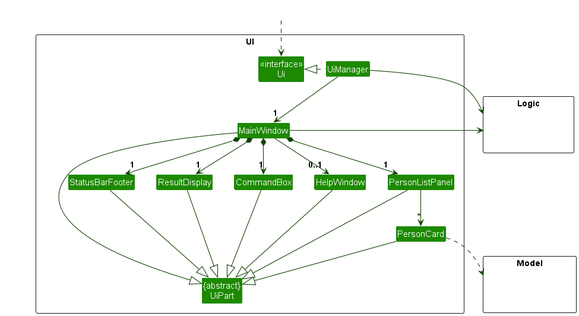
Above: docs/images/UiClassDiagram.png in nus-cs2103-AY2425S1/tp (PlantUML), before the change. Its source is kept beside it as docs/diagrams/UiClassDiagram.puml.
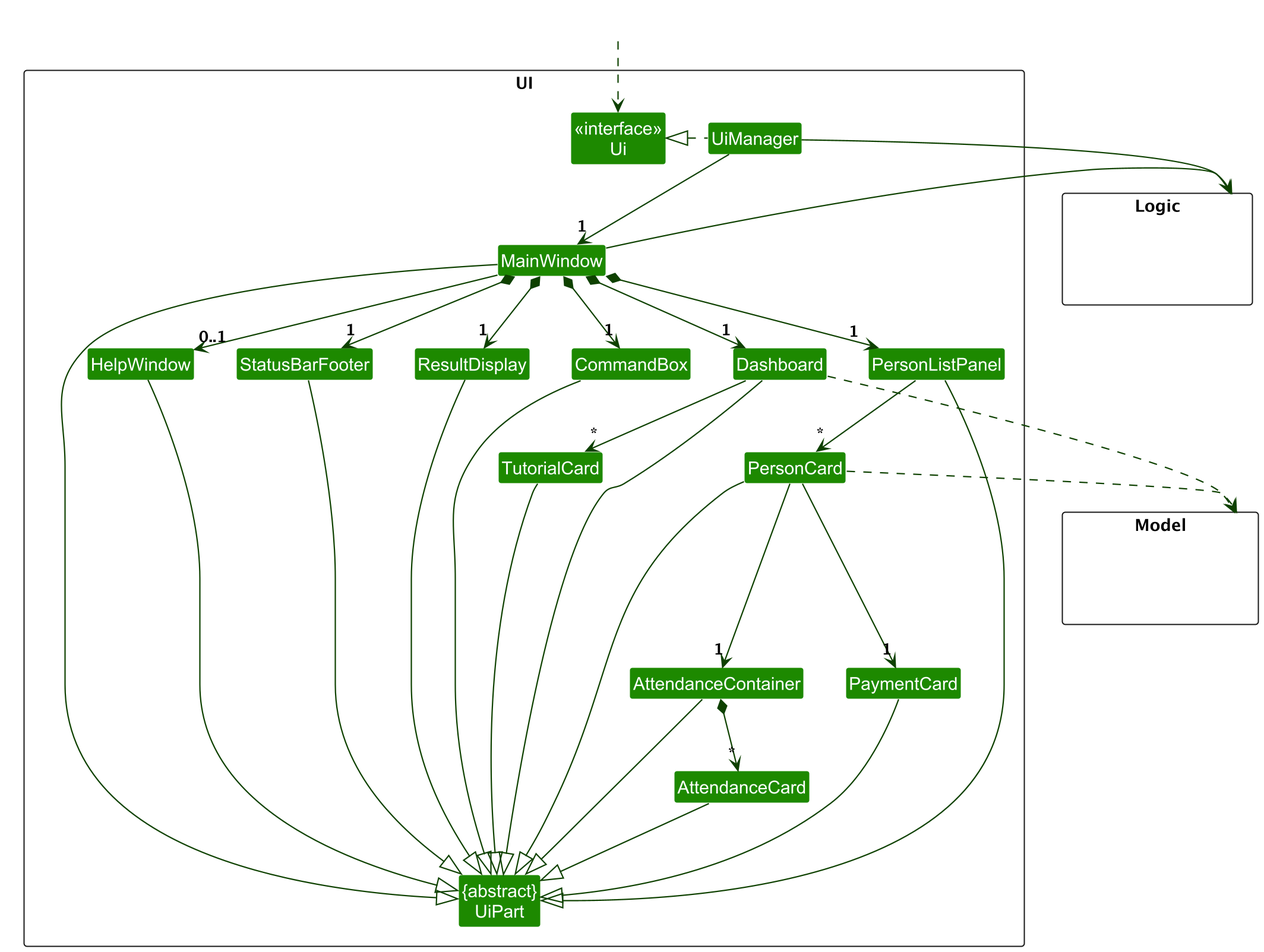
After the change.

Commit message:
Update uml diagram for UI

What changed in the source:
```diff
@@ -11,10 +11,13 @@
 Class MainWindow
 Class HelpWindow
 Class ResultDisplay
+Class Dashboard
+Class StatusBarFooter
+Class CommandBox
 Class PersonListPanel
 Class PersonCard
-Class StatusBarFooter
-Class CommandBox
+Class TutorialCard
+Class PaymentCard
 Class AttendanceContainer
 Class AttendanceCard
 }
@@ -32,34 +35,44 @@
 
 UiManager .left.|> Ui
 UiManager -down-> "1" MainWindow
+MainWindow -down-> "0..1" HelpWindow
+MainWindow *-down->  "1" Dashboard
 MainWindow *-down->  "1" CommandBox
 MainWindow *-down-> "1" ResultDisplay
 MainWindow *-down-> "1" PersonListPanel
 MainWindow *-down-> "1" StatusBarFooter
-MainWindow --> "0..1" HelpWindow
 
+Dashboard -down-> "*" TutorialCard
 PersonListPanel -down-> "*" PersonCard
-PersonCard -down-> "1" AttendanceContainer
-AttendanceContainer -down-> "0..1" AttendanceCard
+PersonCard --down-> "1" PaymentCard
+PersonCard --down-> "1" AttendanceContainer
+AttendanceContainer *-down-> "*" AttendanceCard
 MainWindow -left-|> UiPart
 
 ResultDisplay --|> UiPart
 CommandBox --|> UiPart
-PersonListPanel --|> UiPart
 PersonCard --|> UiPart
 StatusBarFooter --|> UiPart
 HelpWindow --|> UiPart
 AttendanceContainer --|> UiPart
 AttendanceCard --|> UiPart
+PaymentCard --|> UiPart
+Dashboard --|> UiPart
+TutorialCard --|> UiPart
+PersonListPanel --|> UiPart
 
+Dashboard ..> Model
 PersonCard ..> Model
 UiManager -right-> Logic
-MainWindow -left-> Logic
+MainWindow -right-> Logic
 
-PersonListPanel -[hidden]left- HelpWindow
-HelpWindow -[hidden]left- CommandBox
+TutorialCard -[hidden]left- PersonCard
+PaymentCard -[hidden]left- AttendanceContainer
+PersonListPanel -[hidden]left- Dashboard
+Dashboard -[hidden]left- CommandBox
 CommandBox -[hidden]left- ResultDisplay
 ResultDisplay -[hidden]left- StatusBarFooter
+StatusBarFooter -[hidden]left- HelpWindow
 
 MainWindow -[hidden]-|> UiPart
 @enduml
```
